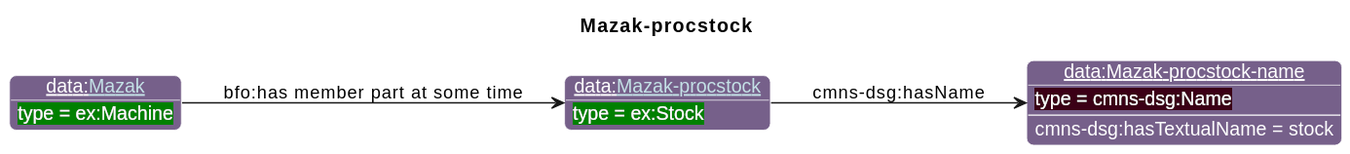
Above: diagrams/Mazak-procstock.svg in iofoundry/example-syseng-mtconnect (PlantUML), before the change.
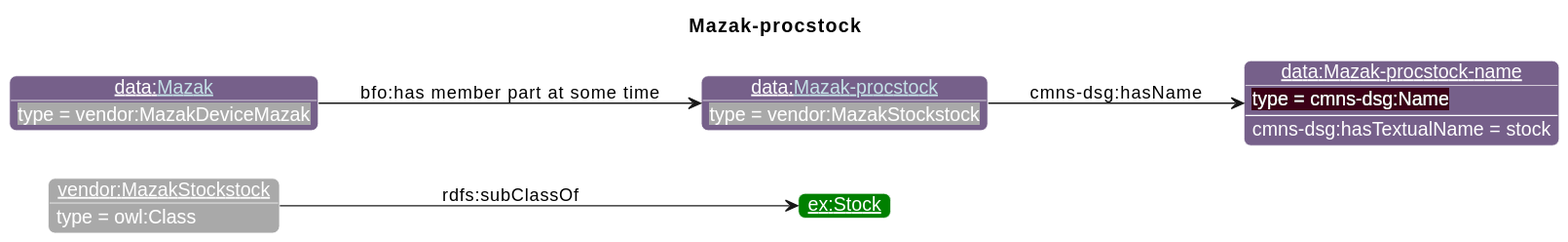
After the commit.

Diff of the diagram source:
```diff
@@ -19,10 +19,13 @@
                       "ns1":"76608A",
 "ex":"Green","data":"76608A","core":"000000","units":"8A2D3B","qp":"641B2E","cmns-dsg":"3A0519"
 }
-individual(o1, data:[[./Mazak-procstock.html Mazak-procstock]], ex:Stock)
-individual(o2, data:Mazak-procstock-name, cmns-dsg:Name)
-individual(o3, data:[[./Mazak.html Mazak]], ex:Machine)
-property(o1, cmns-dsg:hasName, o2)
-data(o2, cmns-dsg:hasTextualName, stock)
-property(o3, "bfo:has member part at some time", o1)
+individual(o1, vendor:MazakStockstock, owl:Class)
+individual(o2, ex:Stock)
+individual(o3, data:[[./Mazak-procstock.html Mazak-procstock]], vendor:MazakStockstock)
+individual(o4, data:Mazak-procstock-name, cmns-dsg:Name)
+individual(o5, data:[[./Mazak.html Mazak]], vendor:MazakDeviceMazak)
+property(o1, rdfs:subClassOf, o2)
+property(o3, cmns-dsg:hasName, o4)
+data(o4, cmns-dsg:hasTextualName, stock)
+property(o5, "bfo:has member part at some time", o3)
 @enduml
```
